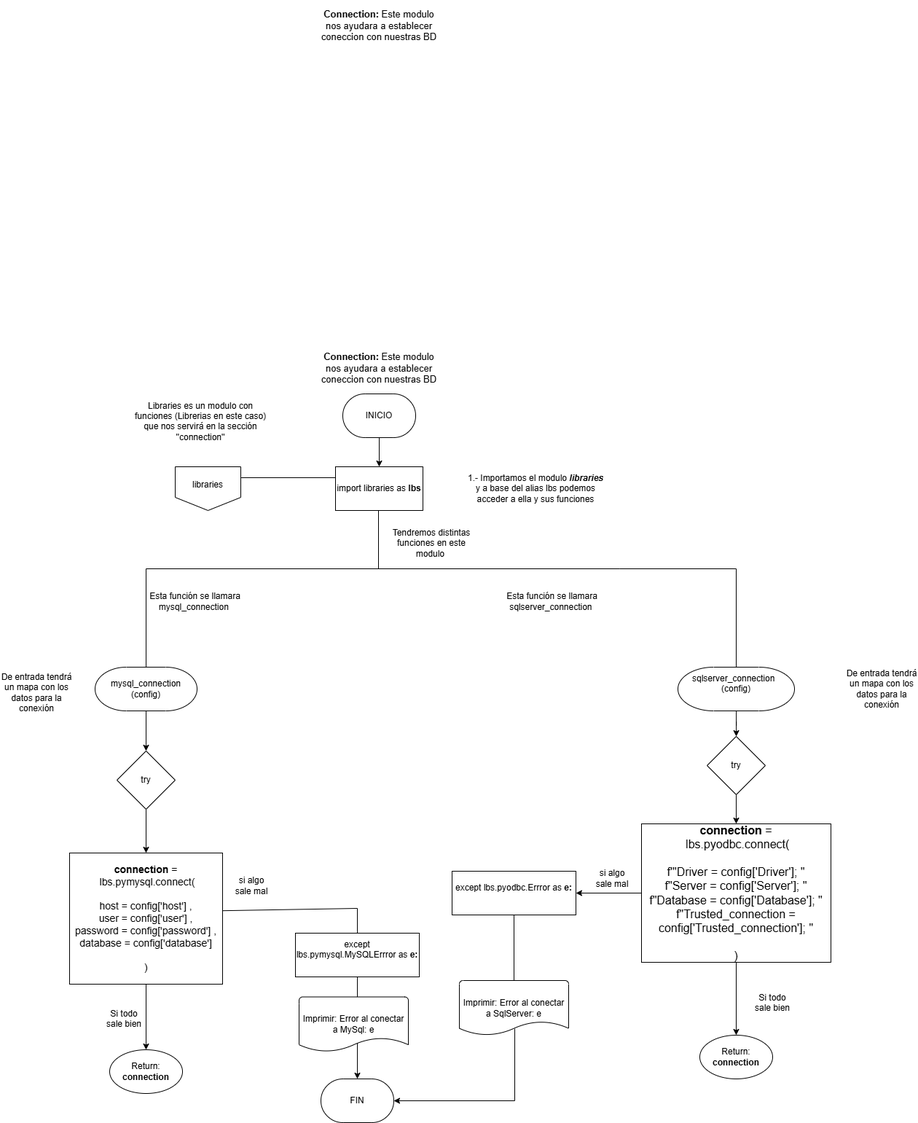
Above: Documentación/Diagramas/connection.drawio.png in AlfredoZC/Coffee-shop (draw.io), before the change. Source tidied: cells renumbered, new cells last; positions are measured from the earlier drawing's top-left corner, leaving out a move shared by most shapes.
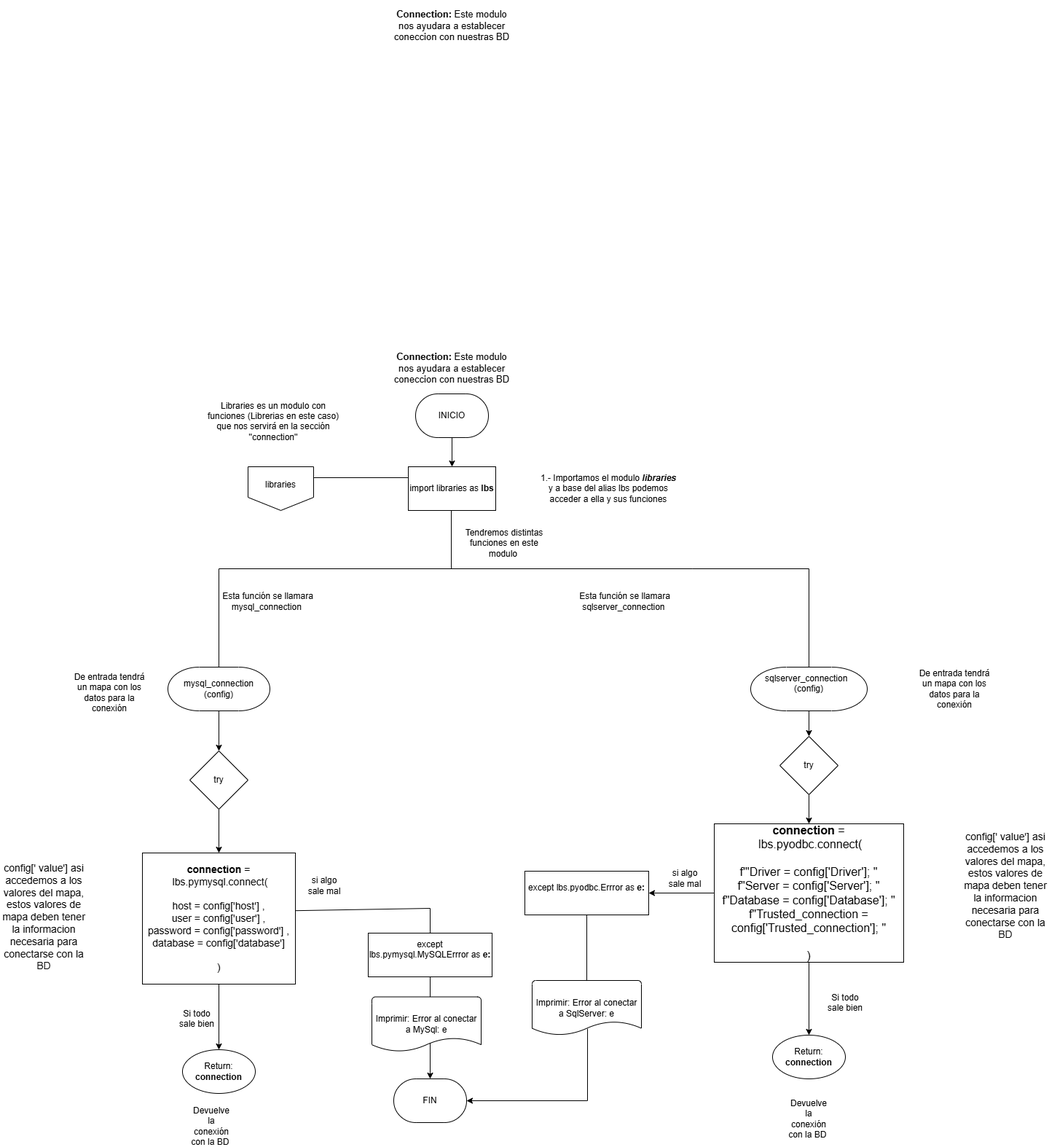
The same file after the commit.

Change to the diagram source:
```diff
@@ -162,5 +162,17 @@
     <mxCell id="47" value="Return: &lt;b&gt;connection&lt;/b&gt;" style="strokeWidth=1;html=1;shape=mxgraph.flowchart.start_1;whiteSpace=wrap;" parent="1" vertex="1">
       <mxGeometry x="150" y="1440" width="100" height="60" as="geometry" />
     </mxCell>
+    <mxCell id="48" value="Devuelve la conexión con la BD&amp;nbsp;" style="text;html=1;align=center;verticalAlign=middle;whiteSpace=wrap;rounded=0;" parent="1" vertex="1">
+      <mxGeometry x="160" y="1530" width="60" height="30" as="geometry" />
+    </mxCell>
+    <mxCell id="49" value="Devuelve la conexión con la BD&amp;nbsp;" style="text;html=1;align=center;verticalAlign=middle;whiteSpace=wrap;rounded=0;" parent="1" vertex="1">
+      <mxGeometry x="980" y="1520" width="60" height="30" as="geometry" />
+    </mxCell>
+    <mxCell id="50" value="config[' value'] asi accedemos a los valores del mapa, estos valores de mapa deben tener la informacion necesaria para conectarse con la BD" style="text;html=1;align=center;verticalAlign=middle;whiteSpace=wrap;rounded=0;fontSize=14;" parent="1" vertex="1">
+      <mxGeometry x="1220" y="1135" width="120" height="160" as="geometry" />
+    </mxCell>
+    <mxCell id="51" value="config[' value'] asi accedemos a los valores del mapa, estos valores de mapa deben tener la informacion necesaria para conectarse con la BD" style="text;html=1;align=center;verticalAlign=middle;whiteSpace=wrap;rounded=0;fontSize=14;" parent="1" vertex="1">
+      <mxGeometry x="-100" y="1180" width="120" height="155" as="geometry" />
+    </mxCell>
   </root>
 </mxGraphModel>
```
